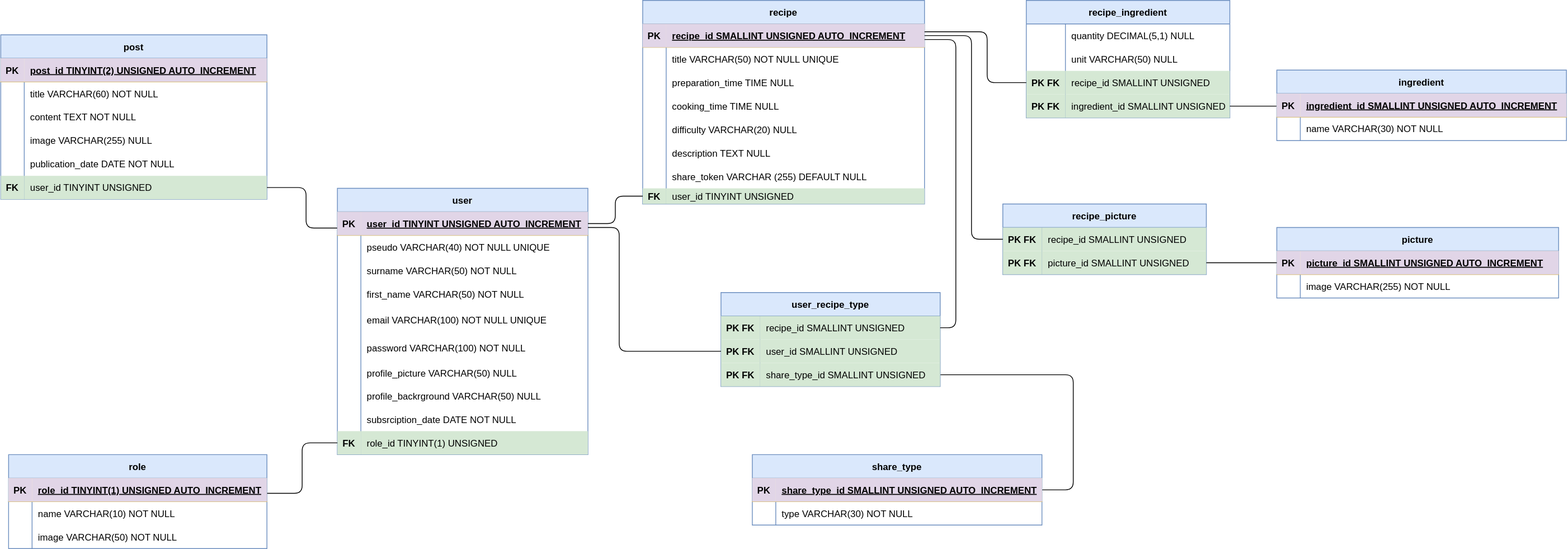
Before: code/server/merise/MPD_le_reseau_des_gourmets.drawio.svg, a diagram exported from draw.io (TigerSnowy/le_reseau_des_gourmets). Source tidied: cells renumbered, new cells last; positions are measured from the earlier drawing's top-left corner, leaving out a move shared by most shapes.
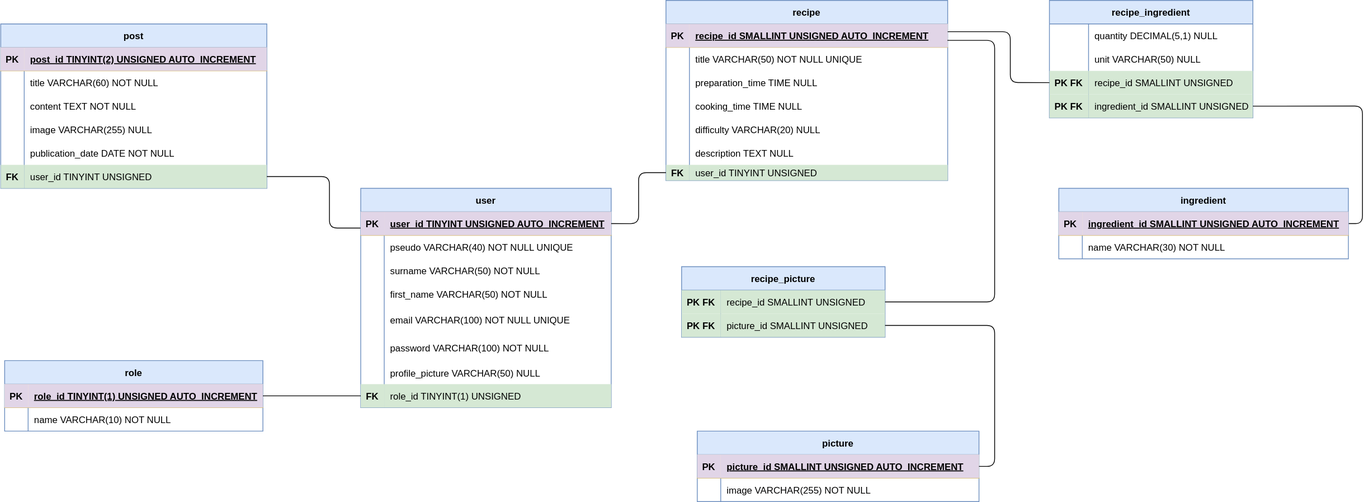
Above is the later version.

The edit, as a diff of the source:
```diff
@@ -3,7 +3,7 @@
     <mxCell id="0" />
     <mxCell id="1" parent="0" />
     <mxCell id="2" value="user" style="shape=table;startSize=30;rowLines=0;fontStyle=1;align=center;swimlaneFillColor=default;fillColor=#dae8fc;strokeColor=#6c8ebf;" parent="1" vertex="1">
-      <mxGeometry x="430" y="240" width="320" height="340" as="geometry" />
+      <mxGeometry x="690" y="294" width="320" height="280" as="geometry" />
     </mxCell>
     <mxCell id="3" style="shape=tableRow;horizontal=0;startSize=0;swimlaneHead=0;swimlaneBody=0;fillColor=#fff2cc;points=[[0,0.5],[1,0.5]];portConstraint=eastwest;top=0;left=0;right=0;bottom=1;strokeColor=#d6b656;" parent="2" vertex="1">
       <mxGeometry y="30" width="320" height="30" as="geometry" />
@@ -68,26 +68,8 @@
     <mxCell id="23" value="profile_picture VARCHAR(50) NULL" style="shape=partialRectangle;fillColor=none;top=0;left=0;bottom=0;right=0;align=left;spacingLeft=6;overflow=hidden;" parent="21" vertex="1">
       <mxGeometry x="30" width="290" height="28" as="geometry" />
     </mxCell>
-    <mxCell id="24" style="shape=tableRow;horizontal=0;startSize=0;swimlaneHead=0;swimlaneBody=0;fillColor=none;top=0;left=0;right=0;bottom=0;" parent="2" vertex="1">
-      <mxGeometry y="250" width="320" height="30" as="geometry" />
-    </mxCell>
-    <mxCell id="25" style="shape=partialRectangle;fillColor=none;top=0;left=0;bottom=0;right=0;overflow=hidden;" parent="24" vertex="1">
-      <mxGeometry width="30" height="30" as="geometry" />
-    </mxCell>
-    <mxCell id="26" value="profile_backrground VARCHAR(50) NULL" style="shape=partialRectangle;fillColor=none;top=0;left=0;bottom=0;right=0;align=left;spacingLeft=6;overflow=hidden;" parent="24" vertex="1">
-      <mxGeometry x="30" width="290" height="30" as="geometry" />
-    </mxCell>
-    <mxCell id="27" style="shape=tableRow;horizontal=0;startSize=0;swimlaneHead=0;swimlaneBody=0;fillColor=none;top=0;left=0;right=0;bottom=0;" parent="2" vertex="1">
-      <mxGeometry y="280" width="320" height="30" as="geometry" />
-    </mxCell>
-    <mxCell id="28" style="shape=partialRectangle;fillColor=none;top=0;left=0;bottom=0;right=0;overflow=hidden;" parent="27" vertex="1">
-      <mxGeometry width="30" height="30" as="geometry" />
-    </mxCell>
-    <mxCell id="29" value="subsrciption_date DATE NOT NULL" style="shape=partialRectangle;fillColor=none;top=0;left=0;bottom=0;right=0;align=left;spacingLeft=6;overflow=hidden;" parent="27" vertex="1">
-      <mxGeometry x="30" width="290" height="30" as="geometry" />
-    </mxCell>
     <mxCell id="30" style="shape=tableRow;horizontal=0;startSize=0;swimlaneHead=0;swimlaneBody=0;fillColor=none;points=[[0,0.5],[1,0.5]];portConstraint=eastwest;top=0;left=0;right=0;bottom=0;" parent="2" vertex="1">
-      <mxGeometry y="310" width="320" height="30" as="geometry" />
+      <mxGeometry y="250" width="320" height="30" as="geometry" />
     </mxCell>
     <mxCell id="31" value="FK" style="shape=partialRectangle;fillColor=#d5e8d4;top=0;left=0;bottom=0;right=0;overflow=hidden;strokeColor=#82b366;fontStyle=1;" parent="30" vertex="1">
       <mxGeometry width="30" height="30" as="geometry" />
@@ -96,7 +78,7 @@
       <mxGeometry x="30" width="290" height="30" as="geometry" />
     </mxCell>
     <mxCell id="33" value="recipe" style="shape=table;startSize=30;rowLines=0;fontStyle=1;align=center;swimlaneFillColor=default;fillColor=#dae8fc;strokeColor=#6c8ebf;" parent="1" vertex="1">
-      <mxGeometry x="820" width="360" height="260" as="geometry" />
+      <mxGeometry x="1080" y="54" width="360" height="230" as="geometry" />
     </mxCell>
     <mxCell id="34" style="shape=tableRow;horizontal=0;startSize=0;swimlaneHead=0;swimlaneBody=0;fillColor=#fff2cc;points=[[0,0.5],[1,0.5]];portConstraint=eastwest;top=0;left=0;right=0;bottom=1;strokeColor=#d6b656;" parent="33" vertex="1">
       <mxGeometry y="30" width="360" height="30" as="geometry" />
@@ -152,17 +134,8 @@
     <mxCell id="51" value="description TEXT NULL" style="shape=partialRectangle;fillColor=none;top=0;left=0;bottom=0;right=0;align=left;spacingLeft=6;overflow=hidden;" parent="49" vertex="1">
       <mxGeometry x="30" width="330" height="30" as="geometry" />
     </mxCell>
-    <mxCell id="52" style="shape=tableRow;horizontal=0;startSize=0;swimlaneHead=0;swimlaneBody=0;fillColor=none;top=0;left=0;right=0;bottom=0;" parent="33" vertex="1">
-      <mxGeometry y="210" width="360" height="30" as="geometry" />
-    </mxCell>
-    <mxCell id="53" style="shape=partialRectangle;fillColor=none;top=0;left=0;bottom=0;right=0;overflow=hidden;" parent="52" vertex="1">
-      <mxGeometry width="30" height="30" as="geometry" />
-    </mxCell>
-    <mxCell id="54" value="share_token VARCHAR (255) DEFAULT NULL" style="shape=partialRectangle;fillColor=none;top=0;left=0;bottom=0;right=0;align=left;spacingLeft=6;overflow=hidden;" parent="52" vertex="1">
-      <mxGeometry x="30" width="330" height="30" as="geometry" />
-    </mxCell>
     <mxCell id="55" style="shape=tableRow;horizontal=0;startSize=0;swimlaneHead=0;swimlaneBody=0;fillColor=none;points=[[0,0.5],[1,0.5]];portConstraint=eastwest;top=0;left=0;right=0;bottom=0;" parent="33" vertex="1">
-      <mxGeometry y="240" width="360" height="20" as="geometry" />
+      <mxGeometry y="210" width="360" height="20" as="geometry" />
     </mxCell>
     <mxCell id="56" value="FK" style="shape=partialRectangle;fillColor=#d5e8d4;top=0;left=0;bottom=0;right=0;overflow=hidden;fontStyle=1;strokeColor=#82b366;" parent="55" vertex="1">
       <mxGeometry width="30" height="20" as="geometry" />
@@ -171,7 +144,7 @@
       <mxGeometry x="30" width="330" height="20" as="geometry" />
     </mxCell>
     <mxCell id="58" value="post" style="shape=table;startSize=30;rowLines=0;fontStyle=1;align=center;swimlaneFillColor=default;fillColor=#dae8fc;strokeColor=#6c8ebf;" parent="1" vertex="1">
-      <mxGeometry y="44" width="340" height="210" as="geometry" />
+      <mxGeometry x="230" y="84" width="340" height="210" as="geometry" />
     </mxCell>
     <mxCell id="59" style="shape=tableRow;horizontal=0;startSize=0;swimlaneHead=0;swimlaneBody=0;fillColor=#fff2cc;top=0;left=0;right=0;bottom=1;strokeColor=#d6b656;" parent="58" vertex="1">
       <mxGeometry y="30" width="340" height="30" as="geometry" />
@@ -233,17 +206,17 @@
     <mxCell id="78" style="edgeStyle=elbowEdgeStyle;html=1;endArrow=none;endFill=0;exitX=-0.001;exitY=0.689;exitDx=0;exitDy=0;exitPerimeter=0;entryX=1;entryY=0.5;entryDx=0;entryDy=0;" parent="1" edge="1" source="3" target="74">
       <mxGeometry relative="1" as="geometry">
         <Array as="points">
-          <mxPoint x="390" y="290" />
-          <mxPoint x="390.6" y="420.6" />
-          <mxPoint x="420.6" y="426.6" />
-          <mxPoint x="430.6" y="446.6" />
-          <mxPoint x="540.6" y="420.6" />
-          <mxPoint x="540.6" y="390.6" />
+          <mxPoint x="650" y="344" />
+          <mxPoint x="650.6" y="474.6" />
+          <mxPoint x="680.6" y="480.6" />
+          <mxPoint x="690.6" y="500.6" />
+          <mxPoint x="800.6" y="474.6" />
+          <mxPoint x="800.6" y="444.6" />
         </Array>
       </mxGeometry>
     </mxCell>
     <mxCell id="79" value="role" style="shape=table;startSize=30;rowLines=0;fontStyle=1;align=center;swimlaneFillColor=default;fillColor=#dae8fc;strokeColor=#6c8ebf;" parent="1" vertex="1">
-      <mxGeometry x="10" y="580" width="330" height="120" as="geometry" />
+      <mxGeometry x="235" y="514" width="330" height="90" as="geometry" />
     </mxCell>
     <mxCell id="80" style="shape=tableRow;horizontal=0;startSize=0;swimlaneHead=0;swimlaneBody=0;fillColor=#fff2cc;points=[[0,0.5],[1,0.5]];portConstraint=eastwest;top=0;left=0;right=0;bottom=1;strokeColor=#d6b656;" parent="79" vertex="1">
       <mxGeometry y="30" width="330" height="30" as="geometry" />
@@ -263,20 +236,11 @@
     <mxCell id="85" value="name VARCHAR(10) NOT NULL" style="shape=partialRectangle;fillColor=none;top=0;left=0;bottom=0;right=0;align=left;spacingLeft=6;overflow=hidden;" parent="83" vertex="1">
       <mxGeometry x="30" width="300" height="30" as="geometry" />
     </mxCell>
-    <mxCell id="86" style="shape=tableRow;horizontal=0;startSize=0;swimlaneHead=0;swimlaneBody=0;fillColor=none;top=0;left=0;right=0;bottom=0;" parent="79" vertex="1">
-      <mxGeometry y="90" width="330" height="30" as="geometry" />
-    </mxCell>
-    <mxCell id="87" style="shape=partialRectangle;fillColor=none;top=0;left=0;bottom=0;right=0;overflow=hidden;" parent="86" vertex="1">
-      <mxGeometry width="30" height="30" as="geometry" />
-    </mxCell>
-    <mxCell id="88" value="image VARCHAR(50) NOT NULL" style="shape=partialRectangle;fillColor=none;top=0;left=0;bottom=0;right=0;align=left;spacingLeft=6;overflow=hidden;" parent="86" vertex="1">
-      <mxGeometry x="30" width="300" height="30" as="geometry" />
-    </mxCell>
-    <mxCell id="89" style="edgeStyle=orthogonalEdgeStyle;html=1;entryX=0;entryY=0.5;entryDx=0;entryDy=0;endArrow=none;endFill=0;exitX=1.001;exitY=0.646;exitDx=0;exitDy=0;exitPerimeter=0;" parent="1" edge="1" source="80" target="30">
+    <mxCell id="89" style="edgeStyle=orthogonalEdgeStyle;html=1;entryX=0;entryY=0.5;entryDx=0;entryDy=0;endArrow=none;endFill=0;exitX=1;exitY=0.5;exitDx=0;exitDy=0;" parent="1" edge="1" source="80" target="30">
       <mxGeometry relative="1" as="geometry" />
     </mxCell>
     <mxCell id="90" value="picture" style="shape=table;startSize=30;rowLines=0;fontStyle=1;align=center;swimlaneFillColor=default;fillColor=#dae8fc;strokeColor=#6c8ebf;" parent="1" vertex="1">
-      <mxGeometry x="1630" y="290" width="360" height="90" as="geometry" />
+      <mxGeometry x="1120" y="604" width="360" height="90" as="geometry" />
     </mxCell>
     <mxCell id="91" style="shape=tableRow;horizontal=0;startSize=0;swimlaneHead=0;swimlaneBody=0;fillColor=#fff2cc;points=[[0,0.5],[1,0.5]];portConstraint=eastwest;top=0;left=0;right=0;bottom=1;strokeColor=#d6b656;" parent="90" vertex="1">
       <mxGeometry y="30" width="360" height="30" as="geometry" />
@@ -297,7 +261,7 @@
       <mxGeometry x="30" width="330" height="30" as="geometry" />
     </mxCell>
     <mxCell id="97" value="recipe_ingredient" style="shape=table;startSize=30;rowLines=0;fontStyle=1;align=center;swimlaneFillColor=default;fillColor=#dae8fc;strokeColor=#6c8ebf;" parent="1" vertex="1">
-      <mxGeometry x="1310" width="260" height="150" as="geometry" />
+      <mxGeometry x="1570" y="54" width="260" height="150" as="geometry" />
     </mxCell>
     <mxCell id="98" style="shape=tableRow;horizontal=0;startSize=0;swimlaneHead=0;swimlaneBody=0;fillColor=none;top=0;left=0;right=0;bottom=0;" parent="97" vertex="1">
       <mxGeometry y="30" width="260" height="30" as="geometry" />
@@ -335,16 +299,16 @@
     <mxCell id="109" value="ingredient_id SMALLINT UNSIGNED" style="shape=partialRectangle;fillColor=#d5e8d4;top=0;left=0;bottom=0;right=0;align=left;spacingLeft=6;overflow=hidden;strokeColor=#82b366;" parent="107" vertex="1">
       <mxGeometry x="50" width="210" height="30" as="geometry" />
     </mxCell>
-    <mxCell id="110" style="edgeStyle=orthogonalEdgeStyle;html=1;startArrow=none;startFill=0;endArrow=none;endFill=0;entryX=1;entryY=0.5;entryDx=0;entryDy=0;" parent="1" edge="1" source="111" target="107">
+    <mxCell id="110" style="edgeStyle=orthogonalEdgeStyle;html=1;startArrow=none;startFill=0;endArrow=none;endFill=0;entryX=1;entryY=0.5;entryDx=0;entryDy=0;exitX=1;exitY=0.5;exitDx=0;exitDy=0;" parent="1" edge="1" source="112" target="107">
       <mxGeometry relative="1" as="geometry">
         <Array as="points">
-          <mxPoint x="1600" y="135" />
-          <mxPoint x="1600" y="135" />
+          <mxPoint x="1970" y="339" />
+          <mxPoint x="1970" y="189" />
         </Array>
       </mxGeometry>
     </mxCell>
     <mxCell id="111" value="ingredient" style="shape=table;startSize=30;rowLines=0;fontStyle=1;align=center;swimlaneFillColor=default;fillColor=#dae8fc;strokeColor=#6c8ebf;" parent="1" vertex="1">
-      <mxGeometry x="1630" y="89" width="370" height="90" as="geometry" />
+      <mxGeometry x="1582" y="294" width="370" height="90" as="geometry" />
     </mxCell>
     <mxCell id="112" style="shape=tableRow;horizontal=0;startSize=0;swimlaneHead=0;swimlaneBody=0;fillColor=#fff2cc;points=[[0,0.5],[1,0.5]];portConstraint=eastwest;top=0;left=0;right=0;bottom=1;strokeColor=#d6b656;" parent="111" vertex="1">
       <mxGeometry y="30" width="370" height="30" as="geometry" />
@@ -367,13 +331,13 @@
     <mxCell id="118" style="edgeStyle=orthogonalEdgeStyle;html=1;entryX=0;entryY=0.5;entryDx=0;entryDy=0;startArrow=none;startFill=0;endArrow=none;endFill=0;" parent="1" edge="1" source="34" target="104">
       <mxGeometry relative="1" as="geometry">
         <Array as="points">
-          <mxPoint x="1260" y="40" />
-          <mxPoint x="1260" y="105" />
+          <mxPoint x="1520" y="94" />
+          <mxPoint x="1520" y="159" />
         </Array>
       </mxGeometry>
     </mxCell>
     <mxCell id="119" value="recipe_picture" style="shape=table;startSize=30;rowLines=0;fontStyle=1;align=center;swimlaneFillColor=default;fillColor=#dae8fc;strokeColor=#6c8ebf;" parent="1" vertex="1">
-      <mxGeometry x="1280" y="260" width="260" height="90" as="geometry" />
+      <mxGeometry x="1100" y="394" width="260" height="90" as="geometry" />
     </mxCell>
     <mxCell id="120" style="shape=tableRow;horizontal=0;startSize=0;swimlaneHead=0;swimlaneBody=0;fillColor=none;points=[[0,0.5],[1,0.5]];portConstraint=eastwest;top=0;left=0;right=0;bottom=0;" parent="119" vertex="1">
       <mxGeometry y="30" width="260" height="30" as="geometry" />
@@ -393,91 +357,22 @@
     <mxCell id="125" value="picture_id SMALLINT UNSIGNED" style="shape=partialRectangle;fillColor=#d5e8d4;top=0;left=0;bottom=0;right=0;align=left;spacingLeft=6;overflow=hidden;strokeColor=#82b366;" parent="123" vertex="1">
       <mxGeometry x="50" width="210" height="30" as="geometry" />
     </mxCell>
-    <mxCell id="126" style="edgeStyle=orthogonalEdgeStyle;html=1;entryX=1;entryY=0.5;entryDx=0;entryDy=0;endArrow=none;endFill=0;" parent="1" edge="1" source="120" target="34">
+    <mxCell id="126" style="edgeStyle=orthogonalEdgeStyle;html=1;entryX=0.999;entryY=0.71;entryDx=0;entryDy=0;endArrow=none;endFill=0;exitX=1;exitY=0.5;exitDx=0;exitDy=0;entryPerimeter=0;" parent="1" edge="1" source="120" target="34">
       <mxGeometry relative="1" as="geometry">
         <Array as="points">
-          <mxPoint x="1240" y="305" />
-          <mxPoint x="1240" y="45" />
+          <mxPoint x="1500" y="439" />
+          <mxPoint x="1500" y="105" />
+          <mxPoint x="1440" y="105" />
         </Array>
       </mxGeometry>
     </mxCell>
-    <mxCell id="127" style="edgeStyle=orthogonalEdgeStyle;html=1;entryX=0;entryY=0.5;entryDx=0;entryDy=0;endArrow=none;endFill=0;" parent="1" edge="1" source="123" target="91">
-      <mxGeometry relative="1" as="geometry" />
+    <mxCell id="127" style="edgeStyle=orthogonalEdgeStyle;html=1;entryX=1;entryY=0.5;entryDx=0;entryDy=0;endArrow=none;endFill=0;" parent="1" edge="1" source="123" target="91">
+      <mxGeometry relative="1" as="geometry">
+        <Array as="points">
+          <mxPoint x="1500" y="469" />
+          <mxPoint x="1500" y="649" />
+        </Array>
+      </mxGeometry>
     </mxCell>
-    <mxCell id="128" style="edgeStyle=orthogonalEdgeStyle;rounded=1;jettySize=auto;html=1;entryX=1;entryY=0.5;entryDx=0;entryDy=0;curved=0;endArrow=none;endFill=0;" parent="1" edge="1" source="129" target="143">
-      <mxGeometry relative="1" as="geometry">
-        <Array as="points">
-          <mxPoint x="1370" y="625" />
-          <mxPoint x="1370" y="478" />
-        </Array>
-      </mxGeometry>
-    </mxCell>
-    <mxCell id="129" value="share_type" style="shape=table;startSize=30;rowLines=0;fontStyle=1;align=center;swimlaneFillColor=default;fillColor=#dae8fc;strokeColor=#6c8ebf;" parent="1" vertex="1">
-      <mxGeometry x="960" y="580" width="370" height="90" as="geometry" />
-    </mxCell>
-    <mxCell id="130" style="shape=tableRow;horizontal=0;startSize=0;swimlaneHead=0;swimlaneBody=0;fillColor=#fff2cc;top=0;left=0;right=0;bottom=1;strokeColor=#d6b656;" parent="129" vertex="1">
-      <mxGeometry y="30" width="370" height="30" as="geometry" />
-    </mxCell>
-    <mxCell id="131" value="PK" style="shape=partialRectangle;fillColor=#e1d5e7;top=0;left=0;bottom=0;right=0;fontStyle=1;overflow=hidden;strokeColor=#9673a6;" parent="130" vertex="1">
-      <mxGeometry width="30" height="30" as="geometry" />
-    </mxCell>
-    <mxCell id="132" value="share_type_id SMALLINT UNSIGNED AUTO_INCREMENT" style="shape=partialRectangle;fillColor=#e1d5e7;top=0;left=0;bottom=0;right=0;align=left;spacingLeft=6;fontStyle=5;overflow=hidden;strokeColor=#9673a6;" parent="130" vertex="1">
-      <mxGeometry x="30" width="340" height="30" as="geometry" />
-    </mxCell>
-    <mxCell id="133" style="shape=tableRow;horizontal=0;startSize=0;swimlaneHead=0;swimlaneBody=0;fillColor=none;top=0;left=0;right=0;bottom=0;" parent="129" vertex="1">
-      <mxGeometry y="60" width="370" height="30" as="geometry" />
-    </mxCell>
-    <mxCell id="134" style="shape=partialRectangle;fillColor=none;top=0;left=0;bottom=0;right=0;overflow=hidden;" parent="133" vertex="1">
-      <mxGeometry width="30" height="30" as="geometry" />
-    </mxCell>
-    <mxCell id="135" value="type VARCHAR(30) NOT NULL" style="shape=partialRectangle;fillColor=none;top=0;left=0;bottom=0;right=0;align=left;spacingLeft=6;overflow=hidden;" parent="133" vertex="1">
-      <mxGeometry x="30" width="340" height="30" as="geometry" />
-    </mxCell>
-    <mxCell id="136" value="user_recipe_type" style="shape=table;startSize=30;rowLines=0;fontStyle=1;align=center;swimlaneFillColor=default;fillColor=#dae8fc;strokeColor=#6c8ebf;" parent="1" vertex="1">
-      <mxGeometry x="920" y="373" width="280" height="120" as="geometry" />
-    </mxCell>
-    <mxCell id="137" style="shape=tableRow;horizontal=0;startSize=0;swimlaneHead=0;swimlaneBody=0;fillColor=none;points=[[0,0.5],[1,0.5]];portConstraint=eastwest;top=0;left=0;right=0;bottom=0;" parent="136" vertex="1">
-      <mxGeometry y="30" width="280" height="30" as="geometry" />
-    </mxCell>
-    <mxCell id="138" value="PK FK" style="shape=partialRectangle;fillColor=#d5e8d4;top=0;left=0;bottom=0;right=0;overflow=hidden;strokeColor=#82b366;fontStyle=1;" parent="137" vertex="1">
-      <mxGeometry width="50" height="30" as="geometry" />
-    </mxCell>
-    <mxCell id="139" value="recipe_id SMALLINT UNSIGNED" style="shape=partialRectangle;fillColor=#d5e8d4;top=0;left=0;bottom=0;right=0;align=left;spacingLeft=6;overflow=hidden;strokeColor=#82b366;" parent="137" vertex="1">
-      <mxGeometry x="50" width="230" height="30" as="geometry" />
-    </mxCell>
-    <mxCell id="140" style="shape=tableRow;horizontal=0;startSize=0;swimlaneHead=0;swimlaneBody=0;fillColor=none;points=[[0,0.5],[1,0.5]];portConstraint=eastwest;top=0;left=0;right=0;bottom=0;" parent="136" vertex="1">
-      <mxGeometry y="60" width="280" height="30" as="geometry" />
-    </mxCell>
-    <mxCell id="141" value="PK FK" style="shape=partialRectangle;fillColor=#d5e8d4;top=0;left=0;bottom=0;right=0;overflow=hidden;strokeColor=#82b366;fontStyle=1;" parent="140" vertex="1">
-      <mxGeometry width="50" height="30" as="geometry" />
-    </mxCell>
-    <mxCell id="142" value="user_id SMALLINT UNSIGNED" style="shape=partialRectangle;fillColor=#d5e8d4;top=0;left=0;bottom=0;right=0;align=left;spacingLeft=6;overflow=hidden;strokeColor=#82b366;" parent="140" vertex="1">
-      <mxGeometry x="50" width="230" height="30" as="geometry" />
-    </mxCell>
-    <mxCell id="143" style="shape=tableRow;horizontal=0;startSize=0;swimlaneHead=0;swimlaneBody=0;fillColor=none;points=[[0,0.5],[1,0.5]];portConstraint=eastwest;top=0;left=0;right=0;bottom=0;" parent="136" vertex="1">
-      <mxGeometry y="90" width="280" height="30" as="geometry" />
-    </mxCell>
-    <mxCell id="144" value="PK FK" style="shape=partialRectangle;fillColor=#d5e8d4;top=0;left=0;bottom=0;right=0;overflow=hidden;strokeColor=#82b366;fontStyle=1;" parent="143" vertex="1">
-      <mxGeometry width="50" height="30" as="geometry" />
-    </mxCell>
-    <mxCell id="145" value="share_type_id SMALLINT UNSIGNED" style="shape=partialRectangle;fillColor=#d5e8d4;top=0;left=0;bottom=0;right=0;align=left;spacingLeft=6;overflow=hidden;strokeColor=#82b366;" parent="143" vertex="1">
-      <mxGeometry x="50" width="230" height="30" as="geometry" />
-    </mxCell>
-    <mxCell id="146" style="edgeStyle=orthogonalEdgeStyle;rounded=1;jettySize=auto;html=1;entryX=1;entryY=0.5;entryDx=0;entryDy=0;curved=0;endArrow=none;endFill=0;" parent="1" edge="1" source="34" target="137">
-      <mxGeometry relative="1" as="geometry">
-        <Array as="points">
-          <mxPoint x="1220" y="50" />
-          <mxPoint x="1220" y="418" />
-        </Array>
-      </mxGeometry>
-    </mxCell>
-    <mxCell id="147" style="edgeStyle=orthogonalEdgeStyle;rounded=1;jettySize=auto;html=1;entryX=0;entryY=0.5;entryDx=0;entryDy=0;curved=0;endArrow=none;endFill=0;" parent="1" edge="1" source="3" target="140">
-      <mxGeometry relative="1" as="geometry">
-        <Array as="points">
-          <mxPoint x="790" y="290" />
-          <mxPoint x="790" y="448" />
-        </Array>
-      </mxGeometry>
-    </mxCell>
   </root>
 </mxGraphModel>
```
